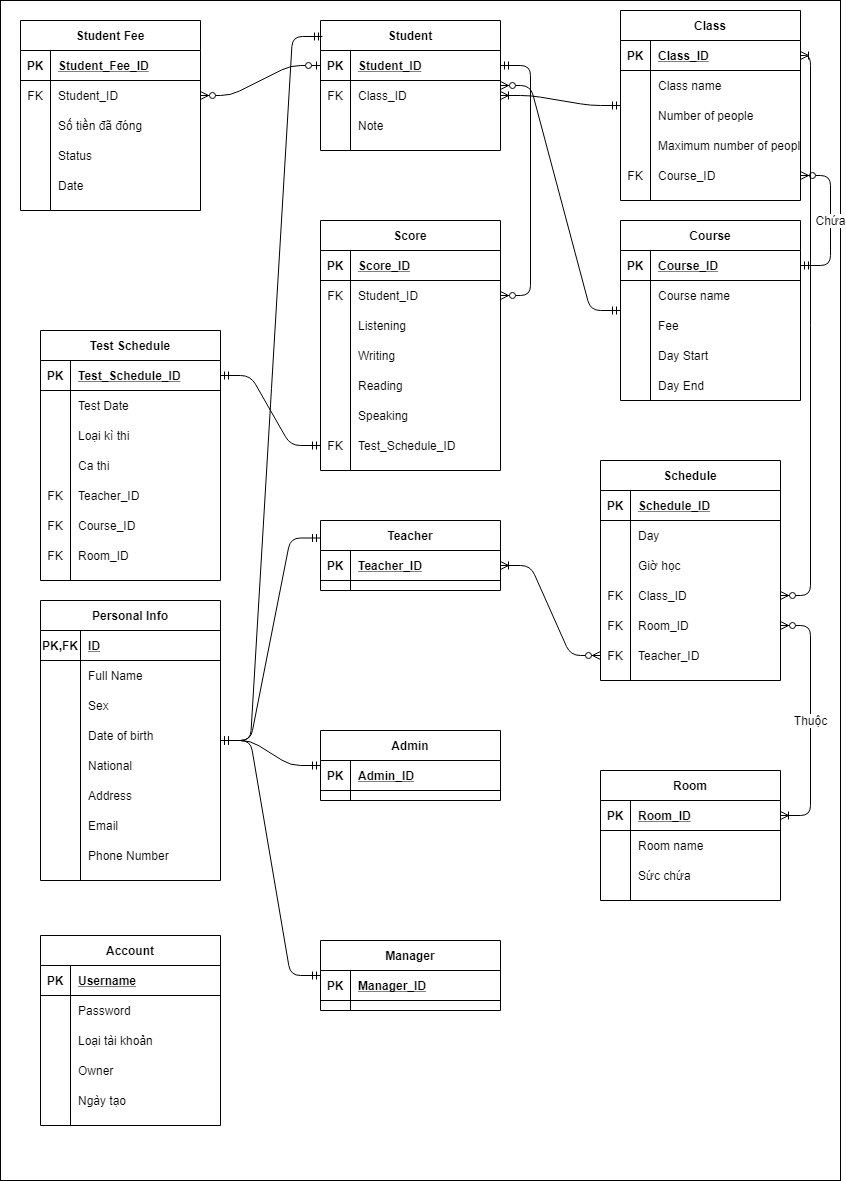
Before: ERD/ERD QlyHocVienTTAVpng.png, a diagram exported from draw.io (truongthang2211/QlyHocVienTTAV). Source tidied: cells renumbered, new cells last; positions are measured from the earlier drawing's top-left corner, leaving out a move shared by most shapes.
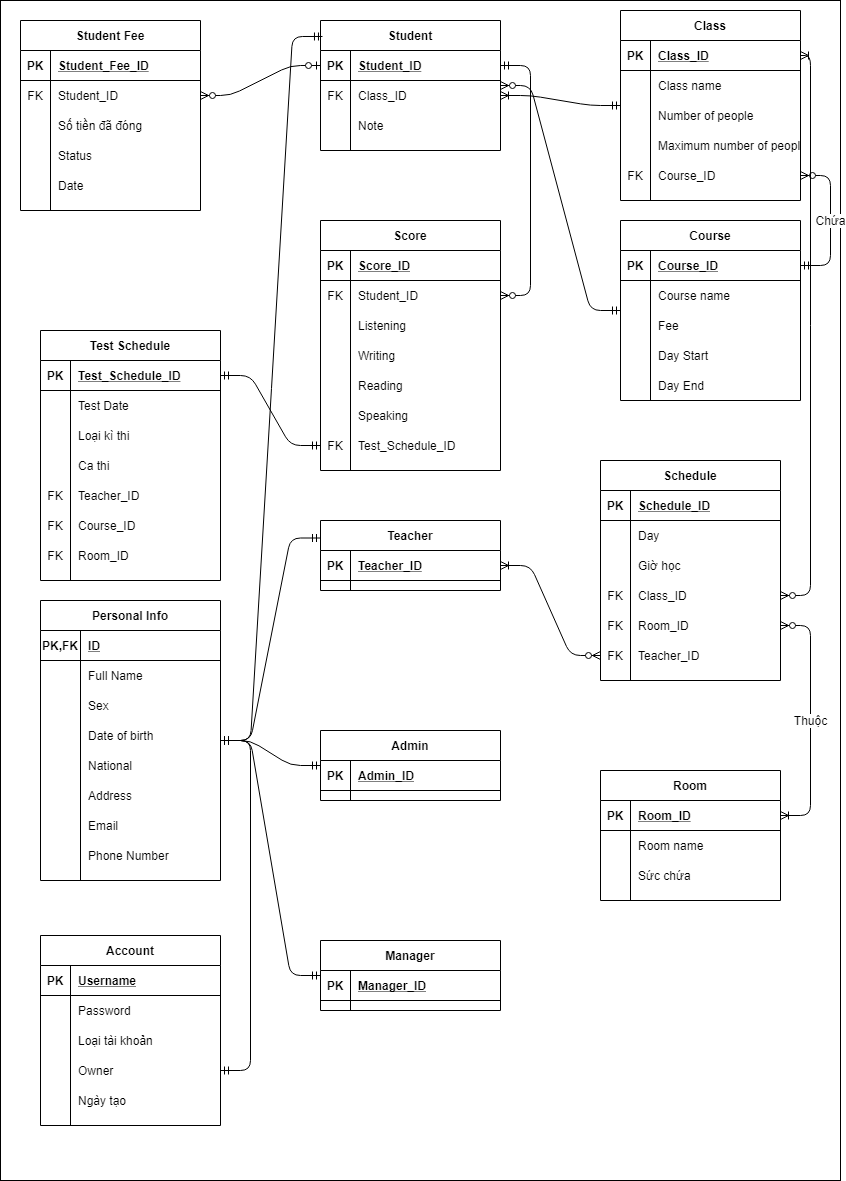
The same file after the commit.

The edit, as a diff of the source:
```diff
@@ -596,5 +596,8 @@
     <mxCell id="199" style="edgeStyle=entityRelationEdgeStyle;fontSize=12;html=1;endArrow=ERzeroToMany;startArrow=ERmandOne;" parent="1" edge="1" source="17" target="3">
       <mxGeometry relative="1" as="geometry" />
     </mxCell>
+    <mxCell id="200" style="edgeStyle=entityRelationEdgeStyle;fontSize=12;html=1;endArrow=ERmandOne;startArrow=ERmandOne;" parent="1" edge="1" source="192" target="146">
+      <mxGeometry relative="1" as="geometry" />
+    </mxCell>
   </root>
 </mxGraphModel>
```
